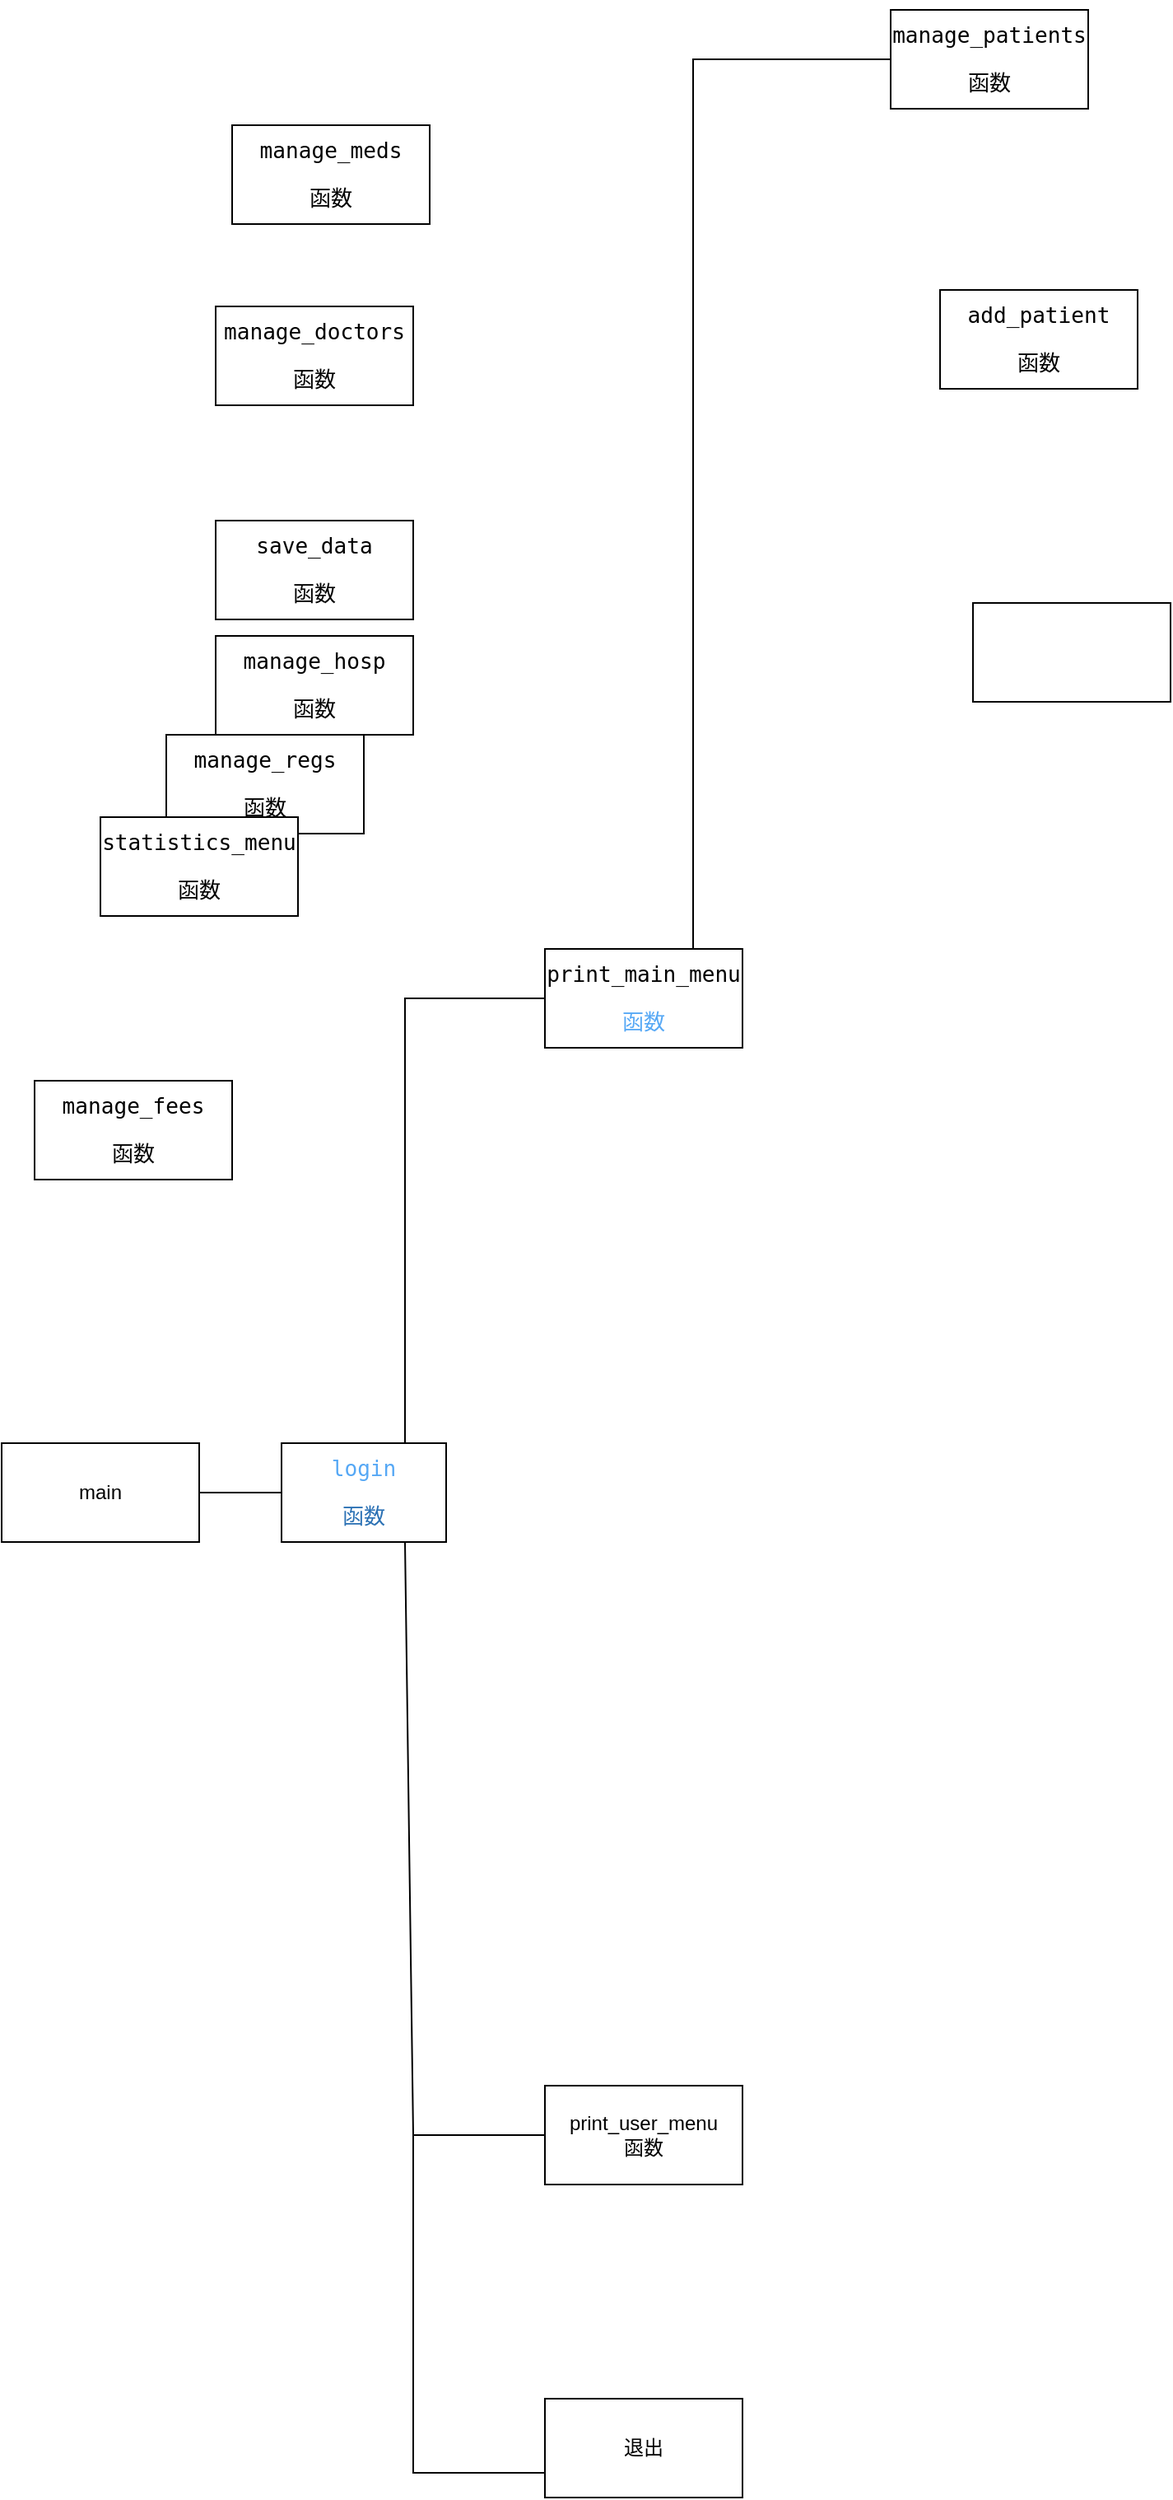
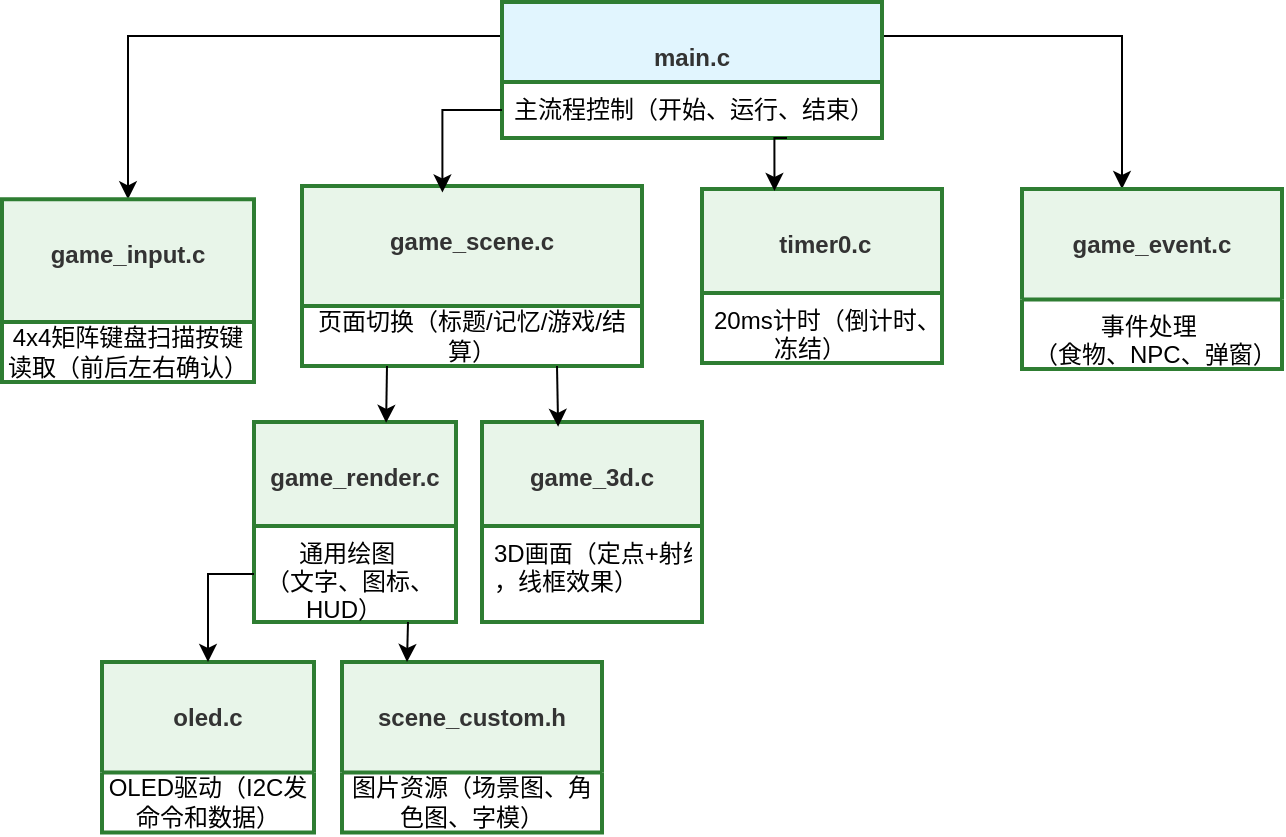
- <mxfile host="app.diagrams.net" agent="Mozilla/5.0 (Windows NT 10.0; Win64; x64) AppleWebKit/537.36 (KHTML, like Gecko) Chrome/143.0.0.0 Safari/537.36 Edg/143.0.0.0" version="29.2.9">
-   <diagram name="第 1 页" id="QlXpplbevImYEJ8sQLco">
-     <mxGraphModel dx="771" dy="1637" grid="1" gridSize="10" guides="1" tooltips="1" connect="1" arrows="1" fold="1" page="1" pageScale="1" pageWidth="827" pageHeight="1169" math="0" shadow="0" adaptiveColors="auto">
+ <mxfile host="app.diagrams.net" agent="Mozilla/5.0 (Windows NT 10.0; Win64; x64) AppleWebKit/537.36 (KHTML, like Gecko) Chrome/147.0.0.0 Safari/537.36 Edg/147.0.0.0">
+   <diagram name="第 1 页" id="Sb-ltWVIodJT2XlzGy3H">
+     <mxGraphModel dx="1857" dy="740" grid="1" gridSize="10" guides="1" tooltips="1" connect="1" arrows="1" fold="1" page="1" pageScale="1" pageWidth="827" pageHeight="1169" math="0" shadow="0">
      <root>
        <mxCell id="0" />
        <mxCell id="1" parent="0" />
-         <mxCell id="46CENPHky7xsO2MnEMLG-4" parent="1" style="rounded=0;whiteSpace=wrap;html=1;labelBackgroundColor=none;" value="main" vertex="1">
-           <mxGeometry height="60" width="120" x="70" y="330" as="geometry" />
-         </mxCell>
-         <mxCell id="46CENPHky7xsO2MnEMLG-7" parent="1" style="rounded=0;whiteSpace=wrap;html=1;labelBackgroundColor=none;" value="&lt;div style=&quot;color: rgb(188, 190, 196);&quot;&gt;&lt;pre style=&quot;color: light-dark(rgb(188, 190, 196), rgb(73, 74, 79)); font-family: &amp;quot;JetBrains Mono&amp;quot;, monospace; font-size: 9.8pt;&quot;&gt;&lt;span style=&quot;color: rgb(86, 168, 245);&quot;&gt;login&lt;/span&gt;&lt;/pre&gt;&lt;pre style=&quot;font-family: &amp;quot;JetBrains Mono&amp;quot;, monospace; font-size: 9.8pt;&quot;&gt;&lt;font color=&quot;#2b71b4&quot;&gt;函数&lt;/font&gt;&lt;/pre&gt;&lt;/div&gt;" vertex="1">
-           <mxGeometry height="60" width="100" x="240" y="330" as="geometry" />
-         </mxCell>
-         <mxCell id="46CENPHky7xsO2MnEMLG-10" edge="1" parent="1" source="46CENPHky7xsO2MnEMLG-4" style="endArrow=none;html=1;rounded=0;exitX=1;exitY=0.5;exitDx=0;exitDy=0;entryX=0;entryY=0.5;entryDx=0;entryDy=0;labelBackgroundColor=none;fontColor=default;" target="46CENPHky7xsO2MnEMLG-7" value="">
-           <mxGeometry height="50" relative="1" width="50" as="geometry">
+         <mxCell id="qJ4mv_m0VspS5tJ6eF4H-79" edge="1" parent="1" source="2" style="edgeStyle=orthogonalEdgeStyle;rounded=0;orthogonalLoop=1;jettySize=auto;html=1;exitX=1;exitY=0.25;exitDx=0;exitDy=0;" target="29">
+           <mxGeometry relative="1" as="geometry">
            <Array as="points">
-               <mxPoint x="210" y="360" />
+               <mxPoint x="1010" y="217" />
            </Array>
-             <mxPoint x="330" y="380" as="sourcePoint" />
-             <mxPoint x="380" y="330" as="targetPoint" />
+             <mxPoint x="1010" y="290" as="targetPoint" />
          </mxGeometry>
        </mxCell>
-         <mxCell id="46CENPHky7xsO2MnEMLG-17" parent="1" style="rounded=0;whiteSpace=wrap;html=1;labelBackgroundColor=none;" value="&lt;pre style=&quot;font-family: &amp;quot;JetBrains Mono&amp;quot;, monospace; font-size: 9.8pt;&quot;&gt;&lt;span style=&quot;font-size: 9.8pt; background-color: transparent; white-space: normal;&quot;&gt;&lt;font&gt;print_main_menu&lt;/font&gt;&lt;/span&gt;&lt;/pre&gt;&lt;pre style=&quot;font-family: &amp;quot;JetBrains Mono&amp;quot;, monospace; font-size: 9.8pt; color: rgb(73, 74, 79);&quot;&gt;&lt;pre style=&quot;font-family: &amp;quot;JetBrains Mono&amp;quot;, monospace; font-size: 9.8pt;&quot;&gt;&lt;pre style=&quot;font-family: &amp;quot;JetBrains Mono&amp;quot;, monospace; font-size: 9.8pt;&quot;&gt;&lt;span style=&quot;color: rgb(86, 168, 245);&quot;&gt;&lt;font&gt;函数&lt;/font&gt;&lt;/span&gt;&lt;/pre&gt;&lt;/pre&gt;&lt;/pre&gt;" vertex="1">
-           <mxGeometry height="60" width="120" x="400" y="30" as="geometry" />
-         </mxCell>
-         <mxCell id="46CENPHky7xsO2MnEMLG-18" parent="1" style="rounded=0;whiteSpace=wrap;labelBackgroundColor=none;" value="print_user_menu&#xa;函数" vertex="1">
-           <mxGeometry height="60" width="120" x="400" y="720" as="geometry" />
-         </mxCell>
-         <mxCell id="46CENPHky7xsO2MnEMLG-22" parent="1" style="rounded=0;whiteSpace=wrap;html=1;labelBackgroundColor=none;" value="&lt;pre style=&quot;font-family: &amp;quot;JetBrains Mono&amp;quot;, monospace; font-size: 9.8pt;&quot;&gt;&lt;pre style=&quot;font-family: &amp;quot;JetBrains Mono&amp;quot;, monospace; font-size: 9.8pt;&quot;&gt;manage_patients&lt;/pre&gt;&lt;pre style=&quot;font-family: &amp;quot;JetBrains Mono&amp;quot;, monospace; font-size: 9.8pt;&quot;&gt;函数&lt;/pre&gt;&lt;/pre&gt;" vertex="1">
-           <mxGeometry height="60" width="120" x="610" y="-540" as="geometry" />
-         </mxCell>
-         <mxCell id="46CENPHky7xsO2MnEMLG-23" parent="1" style="rounded=0;whiteSpace=wrap;html=1;labelBackgroundColor=none;" value="&lt;pre style=&quot;font-family: &amp;quot;JetBrains Mono&amp;quot;, monospace; font-size: 9.8pt;&quot;&gt;&lt;pre style=&quot;font-family: &amp;quot;JetBrains Mono&amp;quot;, monospace; font-size: 9.8pt;&quot;&gt;manage_doctors&lt;/pre&gt;&lt;pre style=&quot;font-family: &amp;quot;JetBrains Mono&amp;quot;, monospace; font-size: 9.8pt;&quot;&gt;函数&lt;/pre&gt;&lt;/pre&gt;" vertex="1">
-           <mxGeometry height="60" width="120" x="200" y="-360" as="geometry" />
-         </mxCell>
-         <mxCell id="46CENPHky7xsO2MnEMLG-24" parent="1" style="rounded=0;whiteSpace=wrap;html=1;labelBackgroundColor=none;" value="&lt;pre style=&quot;font-family: &amp;quot;JetBrains Mono&amp;quot;, monospace; font-size: 9.8pt;&quot;&gt;&lt;pre style=&quot;font-family: &amp;quot;JetBrains Mono&amp;quot;, monospace; font-size: 9.8pt;&quot;&gt;manage_regs&lt;/pre&gt;&lt;pre style=&quot;font-family: &amp;quot;JetBrains Mono&amp;quot;, monospace; font-size: 9.8pt;&quot;&gt;函数&lt;/pre&gt;&lt;/pre&gt;" vertex="1">
-           <mxGeometry height="60" width="120" x="170" y="-100" as="geometry" />
-         </mxCell>
-         <mxCell id="46CENPHky7xsO2MnEMLG-25" parent="1" style="rounded=0;whiteSpace=wrap;html=1;labelBackgroundColor=none;" value="&lt;pre style=&quot;font-family: &amp;quot;JetBrains Mono&amp;quot;, monospace; font-size: 9.8pt;&quot;&gt;&lt;pre style=&quot;font-family: &amp;quot;JetBrains Mono&amp;quot;, monospace; font-size: 9.8pt;&quot;&gt;manage_meds&lt;/pre&gt;&lt;pre style=&quot;font-family: &amp;quot;JetBrains Mono&amp;quot;, monospace; font-size: 9.8pt;&quot;&gt;函数&lt;/pre&gt;&lt;/pre&gt;" vertex="1">
-           <mxGeometry height="60" width="120" x="210" y="-470" as="geometry" />
-         </mxCell>
-         <mxCell id="46CENPHky7xsO2MnEMLG-26" parent="1" style="rounded=0;whiteSpace=wrap;html=1;labelBackgroundColor=none;" value="&lt;pre style=&quot;font-family: &amp;quot;JetBrains Mono&amp;quot;, monospace; font-size: 9.8pt;&quot;&gt;&lt;pre style=&quot;font-family: &amp;quot;JetBrains Mono&amp;quot;, monospace; font-size: 9.8pt;&quot;&gt;manage_fees&lt;/pre&gt;&lt;pre style=&quot;font-family: &amp;quot;JetBrains Mono&amp;quot;, monospace; font-size: 9.8pt;&quot;&gt;函数&lt;/pre&gt;&lt;/pre&gt;" vertex="1">
-           <mxGeometry height="60" width="120" x="90" y="110" as="geometry" />
-         </mxCell>
-         <mxCell id="46CENPHky7xsO2MnEMLG-27" parent="1" style="rounded=0;whiteSpace=wrap;html=1;labelBackgroundColor=none;" value="&lt;pre style=&quot;font-family: &amp;quot;JetBrains Mono&amp;quot;, monospace; font-size: 9.8pt;&quot;&gt;&lt;pre style=&quot;font-family: &amp;quot;JetBrains Mono&amp;quot;, monospace; font-size: 9.8pt;&quot;&gt;manage_hosp&lt;/pre&gt;&lt;pre style=&quot;font-family: &amp;quot;JetBrains Mono&amp;quot;, monospace; font-size: 9.8pt;&quot;&gt;函数&lt;/pre&gt;&lt;/pre&gt;" vertex="1">
-           <mxGeometry height="60" width="120" x="200" y="-160" as="geometry" />
-         </mxCell>
-         <mxCell id="46CENPHky7xsO2MnEMLG-28" parent="1" style="rounded=0;whiteSpace=wrap;html=1;labelBackgroundColor=none;" value="&lt;pre style=&quot;font-family: &amp;quot;JetBrains Mono&amp;quot;, monospace; font-size: 9.8pt;&quot;&gt;&lt;pre style=&quot;font-family: &amp;quot;JetBrains Mono&amp;quot;, monospace; font-size: 9.8pt;&quot;&gt;&lt;span style=&quot;font-size: 9.8pt; background-color: transparent; color: light-dark(rgb(0, 0, 0), rgb(255, 255, 255)); white-space: normal;&quot;&gt;statistics_menu&lt;/span&gt;&lt;/pre&gt;&lt;pre style=&quot;font-family: &amp;quot;JetBrains Mono&amp;quot;, monospace; font-size: 9.8pt;&quot;&gt;&lt;span style=&quot;white-space: normal;&quot;&gt;函数&lt;/span&gt;&lt;/pre&gt;&lt;/pre&gt;" vertex="1">
-           <mxGeometry height="60" width="120" x="130" y="-50" as="geometry" />
-         </mxCell>
-         <mxCell id="46CENPHky7xsO2MnEMLG-29" parent="1" style="rounded=0;whiteSpace=wrap;html=1;labelBackgroundColor=none;" value="&lt;pre style=&quot;font-family: &amp;quot;JetBrains Mono&amp;quot;, monospace; font-size: 9.8pt;&quot;&gt;&lt;pre style=&quot;font-family: &amp;quot;JetBrains Mono&amp;quot;, monospace; font-size: 9.8pt;&quot;&gt;save_data&lt;/pre&gt;&lt;pre style=&quot;font-family: &amp;quot;JetBrains Mono&amp;quot;, monospace; font-size: 9.8pt;&quot;&gt;函数&lt;/pre&gt;&lt;/pre&gt;" vertex="1">
-           <mxGeometry height="60" width="120" x="200" y="-230" as="geometry" />
-         </mxCell>
-         <mxCell id="46CENPHky7xsO2MnEMLG-30" edge="1" parent="1" source="46CENPHky7xsO2MnEMLG-7" style="endArrow=none;html=1;rounded=0;entryX=0;entryY=0.5;entryDx=0;entryDy=0;exitX=0.75;exitY=1;exitDx=0;exitDy=0;labelBackgroundColor=none;fontColor=default;" target="46CENPHky7xsO2MnEMLG-18" value="">
-           <mxGeometry height="50" relative="1" width="50" as="geometry">
-             <Array as="points">
-               <mxPoint x="320" y="750" />
-             </Array>
-             <mxPoint x="280" y="680" as="sourcePoint" />
-             <mxPoint x="330" y="630" as="targetPoint" />
+         <mxCell id="qJ4mv_m0VspS5tJ6eF4H-85" edge="1" parent="1" source="2" style="edgeStyle=orthogonalEdgeStyle;rounded=0;orthogonalLoop=1;jettySize=auto;html=1;exitX=0;exitY=0.25;exitDx=0;exitDy=0;entryX=0.5;entryY=0;entryDx=0;entryDy=0;" target="8">
+           <mxGeometry relative="1" as="geometry">
+             <mxPoint x="440.0000000000002" y="320" as="targetPoint" />
          </mxGeometry>
        </mxCell>
-         <mxCell id="46CENPHky7xsO2MnEMLG-31" edge="1" parent="1" source="46CENPHky7xsO2MnEMLG-7" style="endArrow=none;html=1;rounded=0;entryX=0;entryY=0.5;entryDx=0;entryDy=0;exitX=0.75;exitY=0;exitDx=0;exitDy=0;labelBackgroundColor=none;fontColor=default;" target="46CENPHky7xsO2MnEMLG-17" value="">
-           <mxGeometry height="50" relative="1" width="50" as="geometry">
-             <Array as="points">
-               <mxPoint x="315" y="60" />
-             </Array>
-             <mxPoint x="320" y="270" as="sourcePoint" />
-             <mxPoint x="370" y="220" as="targetPoint" />
+         <mxCell id="2" parent="1" style="swimlane;fontStyle=1;align=center;verticalAlign=top;childLayout=stackLayout;horizontal=1;startSize=40;horizontalStack=0;resizeParent=1;resizeParentMax=0;resizeLast=0;collapsible=0;marginBottom=0;fillColor=#e1f5fe;strokeColor=#2e7d32;fontColor=light-dark(#333333,#cccccc);strokeWidth=2;" value="&#xa;main.c&#xa;" vertex="1">
+           <mxGeometry height="68" width="190" x="700" y="200" as="geometry" />
+         </mxCell>
+         <mxCell id="4" parent="2" style="text;strokeColor=none;fillColor=none;align=left;verticalAlign=top;spacingLeft=4;spacingRight=4;overflow=hidden;rotatable=0;points=[[0,0.5],[1,0.5]];portConstraint=eastwest;" value="主流程控制（开始、运行、结束）" vertex="1">
+           <mxGeometry height="28" width="190" y="40" as="geometry" />
+         </mxCell>
+         <mxCell id="8" parent="1" style="swimlane;fontStyle=1;align=center;verticalAlign=top;childLayout=stackLayout;horizontal=1;startSize=61.32956949869792;horizontalStack=0;resizeParent=1;resizeParentMax=0;resizeLast=0;collapsible=0;marginBottom=0;fillColor=#e8f5e9;strokeColor=#2e7d32;fontColor=light-dark(#333333,#cccccc);strokeWidth=2;" value="&#xa;game_input.c&#xa;" vertex="1">
+           <mxGeometry height="91.32956949869792" width="126" x="450" y="298.67" as="geometry" />
+         </mxCell>
+         <mxCell id="qJ4mv_m0VspS5tJ6eF4H-73" parent="8" style="text;html=1;whiteSpace=wrap;strokeColor=none;fillColor=none;align=center;verticalAlign=middle;rounded=0;" value="4x4矩阵键盘扫描按键读取（前后左右确认）" vertex="1">
+           <mxGeometry height="30" width="126" y="61.32956949869792" as="geometry" />
+         </mxCell>
+         <mxCell id="13" parent="1" style="swimlane;fontStyle=1;align=center;verticalAlign=top;childLayout=stackLayout;horizontal=1;startSize=51.99660873413086;horizontalStack=0;resizeParent=1;resizeParentMax=0;resizeLast=0;collapsible=0;marginBottom=0;fillColor=#e8f5e9;strokeColor=#2e7d32;fontColor=light-dark(#333333,#cccccc);strokeWidth=2;" value="&#xa; timer0.c&#xa;" vertex="1">
+           <mxGeometry height="86.99660873413086" width="120" x="800" y="293.5" as="geometry" />
+         </mxCell>
+         <mxCell id="14" parent="13" style="text;strokeColor=none;fillColor=none;align=left;verticalAlign=top;spacingLeft=4;spacingRight=4;overflow=hidden;rotatable=0;points=[[0,0.5],[1,0.5]];portConstraint=eastwest;" value="20ms计时（倒计时、&#xa;         冻结）" vertex="1">
+           <mxGeometry height="35" width="120" y="51.99660873413086" as="geometry" />
+         </mxCell>
+         <mxCell id="19" parent="1" style="swimlane;fontStyle=1;align=center;verticalAlign=top;childLayout=stackLayout;horizontal=1;startSize=59.99660682678223;horizontalStack=0;resizeParent=1;resizeParentMax=0;resizeLast=0;collapsible=0;marginBottom=0;fillColor=#e8f5e9;strokeColor=#2e7d32;fontColor=light-dark(#333333,#cccccc);strokeWidth=2;" value="&#xa;game_scene.c" vertex="1">
+           <mxGeometry height="89.99660682678223" width="170" x="600" y="292" as="geometry" />
+         </mxCell>
+         <mxCell id="qJ4mv_m0VspS5tJ6eF4H-75" parent="19" style="text;html=1;whiteSpace=wrap;strokeColor=none;fillColor=none;align=center;verticalAlign=middle;rounded=0;" value="页面切换（标题/记忆/游戏/结算）" vertex="1">
+           <mxGeometry height="30" width="170" y="59.99660682678223" as="geometry" />
+         </mxCell>
+         <mxCell id="23" parent="1" style="swimlane;fontStyle=1;align=center;verticalAlign=top;childLayout=stackLayout;horizontal=1;startSize=51.99660873413086;horizontalStack=0;resizeParent=1;resizeParentMax=0;resizeLast=0;collapsible=0;marginBottom=0;fillColor=#e8f5e9;strokeColor=#2e7d32;fontColor=light-dark(#333333,#cccccc);strokeWidth=2;" value="&#xa;game_render.c&#xa;" vertex="1">
+           <mxGeometry height="99.99660873413086" width="101" x="576" y="410" as="geometry" />
+         </mxCell>
+         <mxCell id="24" parent="23" style="text;strokeColor=none;fillColor=none;align=left;verticalAlign=top;spacingLeft=4;spacingRight=4;overflow=hidden;rotatable=0;points=[[0,0.5],[1,0.5]];portConstraint=eastwest;" value="     通用绘图&#xa;（文字、图标、&#xa;      HUD）" vertex="1">
+           <mxGeometry height="48" width="101" y="51.99660873413086" as="geometry" />
+         </mxCell>
+         <mxCell id="29" parent="1" style="swimlane;fontStyle=1;align=center;verticalAlign=top;childLayout=stackLayout;horizontal=1;startSize=55.19661254882812;horizontalStack=0;resizeParent=1;resizeParentMax=0;resizeLast=0;collapsible=0;marginBottom=0;fillColor=#e8f5e9;strokeColor=#2e7d32;fontColor=light-dark(#333333,#cccccc);strokeWidth=2;" value="&#xa;game_event.c" vertex="1">
+           <mxGeometry height="89.99661254882812" width="130" x="960" y="293.5" as="geometry" />
+         </mxCell>
+         <mxCell id="30" parent="29" style="text;strokeColor=none;fillColor=none;align=left;verticalAlign=top;spacingLeft=4;spacingRight=4;overflow=hidden;rotatable=0;points=[[0,0.5],[1,0.5]];portConstraint=eastwest;" value="          事件处理&#xa;（食物、NPC、弹窗）" vertex="1">
+           <mxGeometry height="34.8" width="130" y="55.19661254882812" as="geometry" />
+         </mxCell>
+         <mxCell id="34" parent="1" style="swimlane;fontStyle=1;align=center;verticalAlign=top;childLayout=stackLayout;horizontal=1;startSize=51.99660873413086;horizontalStack=0;resizeParent=1;resizeParentMax=0;resizeLast=0;collapsible=0;marginBottom=0;fillColor=#e8f5e9;strokeColor=#2e7d32;fontColor=light-dark(#333333,#cccccc);strokeWidth=2;" value="&#xa;game_3d.c" vertex="1">
+           <mxGeometry height="99.99660873413086" width="110" x="690" y="410" as="geometry" />
+         </mxCell>
+         <mxCell id="35" parent="34" style="text;strokeColor=none;fillColor=none;align=left;verticalAlign=top;spacingLeft=4;spacingRight=4;overflow=hidden;rotatable=0;points=[[0,0.5],[1,0.5]];portConstraint=eastwest;" value="3D画面（定点+射线&#xa;，线框效果）" vertex="1">
+           <mxGeometry height="48" width="110" y="51.99660873413086" as="geometry" />
+         </mxCell>
+         <mxCell id="40" parent="1" style="swimlane;fontStyle=1;align=center;verticalAlign=top;childLayout=stackLayout;horizontal=1;startSize=55.19661254882812;horizontalStack=0;resizeParent=1;resizeParentMax=0;resizeLast=0;collapsible=0;marginBottom=0;fillColor=#e8f5e9;strokeColor=#2e7d32;fontColor=light-dark(#333333,#cccccc);strokeWidth=2;" value="&#xa;oled.c" vertex="1">
+           <mxGeometry height="85.19661254882811" width="106" x="500" y="530" as="geometry" />
+         </mxCell>
+         <mxCell id="qJ4mv_m0VspS5tJ6eF4H-92" parent="40" style="text;html=1;whiteSpace=wrap;strokeColor=none;fillColor=none;align=center;verticalAlign=middle;rounded=0;" value="OLED驱动（I2C发命令和数据）" vertex="1">
+           <mxGeometry height="30" width="106" y="55.19661254882812" as="geometry" />
+         </mxCell>
+         <mxCell id="45" parent="1" style="swimlane;fontStyle=1;align=center;verticalAlign=top;childLayout=stackLayout;horizontal=1;startSize=55.19661254882812;horizontalStack=0;resizeParent=1;resizeParentMax=0;resizeLast=0;collapsible=0;marginBottom=0;fillColor=#e8f5e9;strokeColor=#2e7d32;fontColor=light-dark(#333333,#cccccc);strokeWidth=2;" value="&#xa;scene_custom.h&#xa;" vertex="1">
+           <mxGeometry height="85.19661254882811" width="130" x="620" y="530" as="geometry" />
+         </mxCell>
+         <mxCell id="qJ4mv_m0VspS5tJ6eF4H-90" parent="45" style="text;html=1;whiteSpace=wrap;strokeColor=none;fillColor=none;align=center;verticalAlign=middle;rounded=0;" value="图片资源（场景图、角色图、字模）" vertex="1">
+           <mxGeometry height="30" width="130" y="55.19661254882812" as="geometry" />
+         </mxCell>
+         <mxCell id="qJ4mv_m0VspS5tJ6eF4H-84" edge="1" parent="1" source="4" style="edgeStyle=orthogonalEdgeStyle;rounded=0;orthogonalLoop=1;jettySize=auto;html=1;exitX=0;exitY=0.5;exitDx=0;exitDy=0;entryX=0.413;entryY=0.036;entryDx=0;entryDy=0;entryPerimeter=0;" target="19">
+           <mxGeometry relative="1" as="geometry" />
+         </mxCell>
+         <mxCell id="qJ4mv_m0VspS5tJ6eF4H-86" edge="1" parent="1" source="qJ4mv_m0VspS5tJ6eF4H-75" style="edgeStyle=orthogonalEdgeStyle;rounded=0;orthogonalLoop=1;jettySize=auto;html=1;exitX=0.25;exitY=1;exitDx=0;exitDy=0;entryX=0.654;entryY=0.004;entryDx=0;entryDy=0;entryPerimeter=0;" target="23">
+           <mxGeometry relative="1" as="geometry" />
+         </mxCell>
+         <mxCell id="qJ4mv_m0VspS5tJ6eF4H-94" edge="1" parent="1" source="24" style="edgeStyle=orthogonalEdgeStyle;rounded=0;orthogonalLoop=1;jettySize=auto;html=1;entryX=0.5;entryY=0;entryDx=0;entryDy=0;exitX=0;exitY=0.5;exitDx=0;exitDy=0;" target="40">
+           <mxGeometry relative="1" as="geometry">
+             <mxPoint x="602" y="540" as="sourcePoint" />
          </mxGeometry>
        </mxCell>
-         <mxCell id="46CENPHky7xsO2MnEMLG-32" parent="1" style="rounded=0;whiteSpace=wrap;html=1;labelBackgroundColor=none;" value="退出" vertex="1">
-           <mxGeometry height="60" width="120" x="400" y="910" as="geometry" />
+         <mxCell id="qJ4mv_m0VspS5tJ6eF4H-97" edge="1" parent="1" source="2" style="edgeStyle=orthogonalEdgeStyle;rounded=0;orthogonalLoop=1;jettySize=auto;html=1;exitX=0.75;exitY=1;exitDx=0;exitDy=0;entryX=0.302;entryY=0.011;entryDx=0;entryDy=0;entryPerimeter=0;" target="13">
+           <mxGeometry relative="1" as="geometry" />
        </mxCell>
-         <mxCell id="46CENPHky7xsO2MnEMLG-33" edge="1" parent="1" source="46CENPHky7xsO2MnEMLG-32" style="endArrow=none;html=1;rounded=0;exitX=0;exitY=0.75;exitDx=0;exitDy=0;labelBackgroundColor=none;fontColor=default;" value="">
-           <mxGeometry height="50" relative="1" width="50" as="geometry">
-             <Array as="points">
-               <mxPoint x="320" y="955" />
-             </Array>
-             <mxPoint x="220" y="970" as="sourcePoint" />
-             <mxPoint x="320" y="750" as="targetPoint" />
+         <mxCell id="qJ4mv_m0VspS5tJ6eF4H-98" edge="1" parent="1" source="qJ4mv_m0VspS5tJ6eF4H-75" style="edgeStyle=orthogonalEdgeStyle;rounded=0;orthogonalLoop=1;jettySize=auto;html=1;exitX=0.75;exitY=1;exitDx=0;exitDy=0;entryX=0.346;entryY=0.024;entryDx=0;entryDy=0;entryPerimeter=0;" target="34">
+           <mxGeometry relative="1" as="geometry" />
+         </mxCell>
+         <mxCell id="qJ4mv_m0VspS5tJ6eF4H-99" edge="1" parent="1" style="edgeStyle=orthogonalEdgeStyle;rounded=0;orthogonalLoop=1;jettySize=auto;html=1;entryX=0.25;entryY=0;entryDx=0;entryDy=0;" target="45">
+           <mxGeometry relative="1" as="geometry">
+             <mxPoint x="653" y="510" as="sourcePoint" />
          </mxGeometry>
-         </mxCell>
-         <mxCell id="46CENPHky7xsO2MnEMLG-35" edge="1" parent="1" source="46CENPHky7xsO2MnEMLG-17" style="endArrow=none;html=1;rounded=0;exitX=0.75;exitY=0;exitDx=0;exitDy=0;labelBackgroundColor=none;fontColor=default;" value="">
-           <mxGeometry height="50" relative="1" width="50" as="geometry">
-             <Array as="points">
-               <mxPoint x="490" y="-510" />
-             </Array>
-             <mxPoint x="560" y="-460" as="sourcePoint" />
-             <mxPoint x="610" y="-510" as="targetPoint" />
-           </mxGeometry>
-         </mxCell>
-         <mxCell id="46CENPHky7xsO2MnEMLG-39" parent="1" style="rounded=0;whiteSpace=wrap;html=1;" value="" vertex="1">
-           <mxGeometry height="60" width="120" x="660" y="-180" as="geometry" />
-         </mxCell>
-         <mxCell id="46CENPHky7xsO2MnEMLG-40" parent="1" style="rounded=0;whiteSpace=wrap;html=1;fontColor=default;fillColor=default;" value="&lt;font style=&quot;background-color: light-dark(#ffffff, var(--ge-dark-color, #121212));&quot;&gt;&lt;br&gt;&lt;/font&gt;&lt;pre style=&quot;forced-color-adjust: none; font-style: normal; font-variant-ligatures: normal; font-variant-caps: normal; font-weight: 400; letter-spacing: normal; orphans: 2; text-align: center; text-indent: 0px; text-transform: none; widows: 2; word-spacing: 0px; -webkit-text-stroke-width: 0px; text-decoration-thickness: initial; text-decoration-style: initial; text-decoration-color: initial; font-family: &amp;quot;JetBrains Mono&amp;quot;, monospace; font-size: 9.8pt; box-shadow: none !important;&quot;&gt;&lt;span style=&quot;forced-color-adjust: none; background-color: light-dark(#ffffff, var(--ge-dark-color, #121212)); box-shadow: none !important;&quot;&gt;&lt;font style=&quot;forced-color-adjust: none; box-shadow: none !important;&quot;&gt;add_patient&lt;/font&gt;&lt;/span&gt;&lt;/pre&gt;&lt;pre style=&quot;forced-color-adjust: none; font-style: normal; font-variant-ligatures: normal; font-variant-caps: normal; font-weight: 400; letter-spacing: normal; orphans: 2; text-align: center; text-indent: 0px; text-transform: none; widows: 2; word-spacing: 0px; -webkit-text-stroke-width: 0px; text-decoration-thickness: initial; text-decoration-style: initial; text-decoration-color: initial; font-family: &amp;quot;JetBrains Mono&amp;quot;, monospace; font-size: 9.8pt; box-shadow: none !important;&quot;&gt;&lt;span style=&quot;forced-color-adjust: none; background-color: light-dark(#ffffff, var(--ge-dark-color, #121212)); box-shadow: none !important;&quot;&gt;&lt;font style=&quot;forced-color-adjust: none; box-shadow: none !important;&quot;&gt;函数&lt;/font&gt;&lt;/span&gt;&lt;/pre&gt;&lt;font&gt;&lt;br&gt;&lt;/font&gt;" vertex="1">
-           <mxGeometry height="60" width="120" x="640" y="-370" as="geometry" />
        </mxCell>
      </root>
    </mxGraphModel>
  </diagram>
</mxfile>
